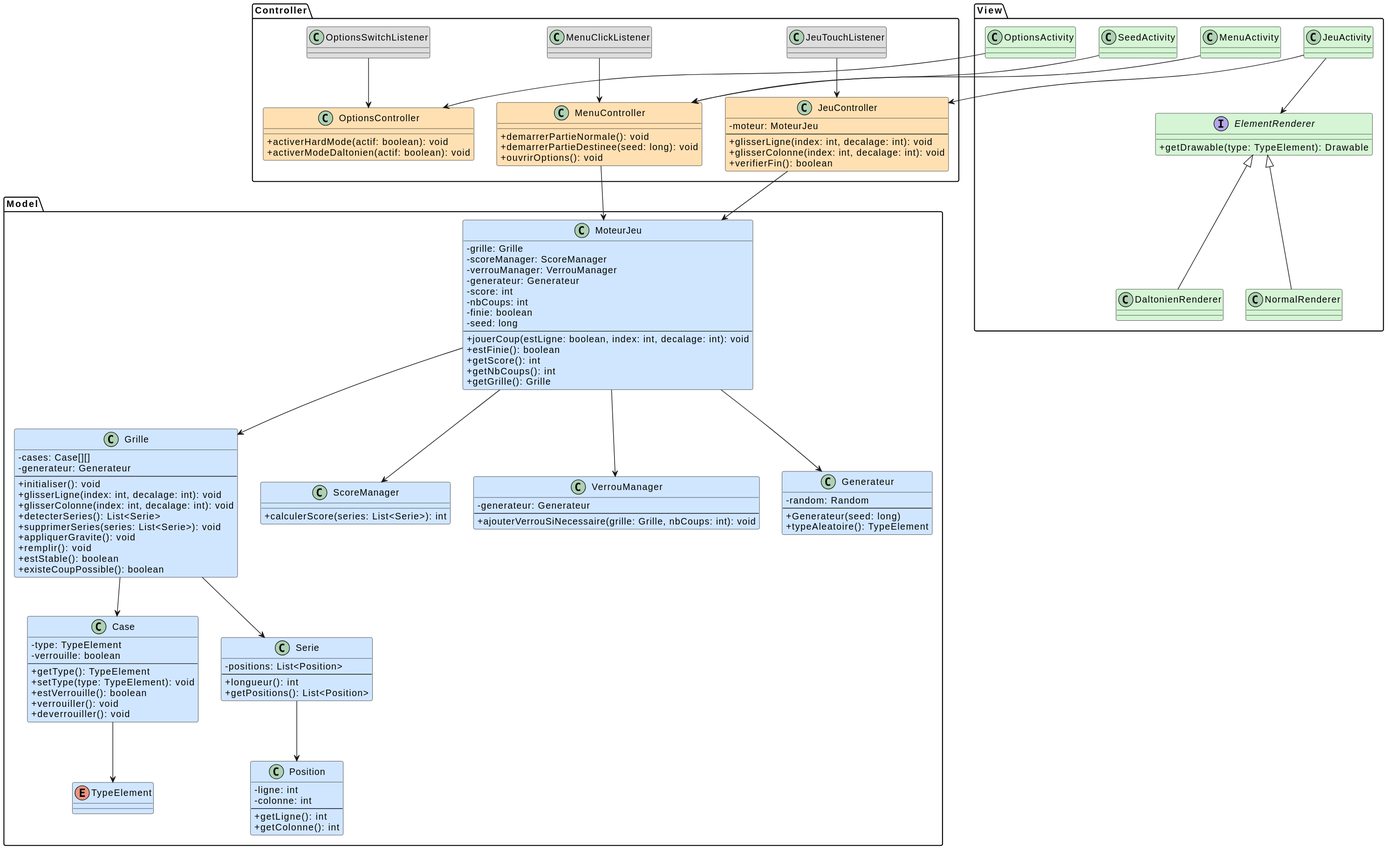
Before: organisation/diagrame/Diagrame_Generale_Provisoir.svg, a diagram exported from PlantUML (anhdire/SAE41_2025). Its diagram source:
```plantuml
@startuml
skinparam classAttributeIconSize 0

!define MODEL_COLOR #D0E6FF
!define VIEW_COLOR #D5F5D5
!define CONTROLLER_COLOR #FFE0B3
!define LISTENER_COLOR #DDDDDD


package "Model" {

class MoteurJeu MODEL_COLOR {
  - grille: Grille
  - scoreManager: ScoreManager
  - verrouManager: VerrouManager
  - generateur: Generateur
  - score: int
  - nbCoups: int
  - finie: boolean
  - seed: long
  --
  + jouerCoup(estLigne: boolean, index: int, decalage: int): void
  + estFinie(): boolean
  + getScore(): int
  + getNbCoups(): int
  + getGrille(): Grille
}

class Grille MODEL_COLOR {
  - cases: Case[][]
  - generateur: Generateur
  --
  + initialiser(): void
  + glisserLigne(index: int, decalage: int): void
  + glisserColonne(index: int, decalage: int): void
  + detecterSeries(): List<Serie>
  + supprimerSeries(series: List<Serie>): void
  + appliquerGravite(): void
  + remplir(): void
  + estStable(): boolean
  + existeCoupPossible(): boolean
}

class Case MODEL_COLOR {
  - type: TypeElement
  - verrouille: boolean
  --
  + getType(): TypeElement
  + setType(type: TypeElement): void
  + estVerrouille(): boolean
  + verrouiller(): void
  + deverrouiller(): void
}

class Serie MODEL_COLOR {
  - positions: List<Position>
  --
  + longueur(): int
  + getPositions(): List<Position>
}

class Position MODEL_COLOR {
  - ligne: int
  - colonne: int
  --
  + getLigne(): int
  + getColonne(): int
}

class ScoreManager MODEL_COLOR {
  + calculerScore(series: List<Serie>): int
}

class VerrouManager MODEL_COLOR {
  - generateur: Generateur
  --
  + ajouterVerrouSiNecessaire(grille: Grille, nbCoups: int): void
}

class Generateur MODEL_COLOR {
  - random: Random
  --
  + Generateur(seed: long)
  + typeAleatoire(): TypeElement
}

enum TypeElement MODEL_COLOR

}


package "View" {

class MenuActivity VIEW_COLOR
class JeuActivity VIEW_COLOR
class OptionsActivity VIEW_COLOR
class SeedActivity VIEW_COLOR

interface ElementRenderer VIEW_COLOR {
  + getDrawable(type: TypeElement): Drawable
}

class NormalRenderer VIEW_COLOR
class DaltonienRenderer VIEW_COLOR

}


package "Controller" {

class MenuController CONTROLLER_COLOR {
  + demarrerPartieNormale(): void
  + demarrerPartieDestinee(seed: long): void
  + ouvrirOptions(): void
}

class JeuController CONTROLLER_COLOR {
  - moteur: MoteurJeu
  --
  + glisserLigne(index: int, decalage: int): void
  + glisserColonne(index: int, decalage: int): void
  + verifierFin(): boolean
}

class OptionsController CONTROLLER_COLOR {
  + activerHardMode(actif: boolean): void
  + activerModeDaltonien(actif: boolean): void
}

class MenuClickListener LISTENER_COLOR
class JeuTouchListener LISTENER_COLOR
class OptionsSwitchListener LISTENER_COLOR

}


MoteurJeu --> Grille
MoteurJeu --> ScoreManager
MoteurJeu --> VerrouManager
MoteurJeu --> Generateur

Grille --> Case
Grille --> Serie
Serie --> Position
Case --> TypeElement

JeuController --> MoteurJeu
MenuController --> MoteurJeu

JeuActivity --> JeuController
MenuActivity --> MenuController
OptionsActivity --> OptionsController
SeedActivity --> MenuController

JeuActivity --> ElementRenderer
ElementRenderer <|-- NormalRenderer
ElementRenderer <|-- DaltonienRenderer

MenuClickListener --> MenuController
JeuTouchListener --> JeuController
OptionsSwitchListener --> OptionsController
@enduml
```
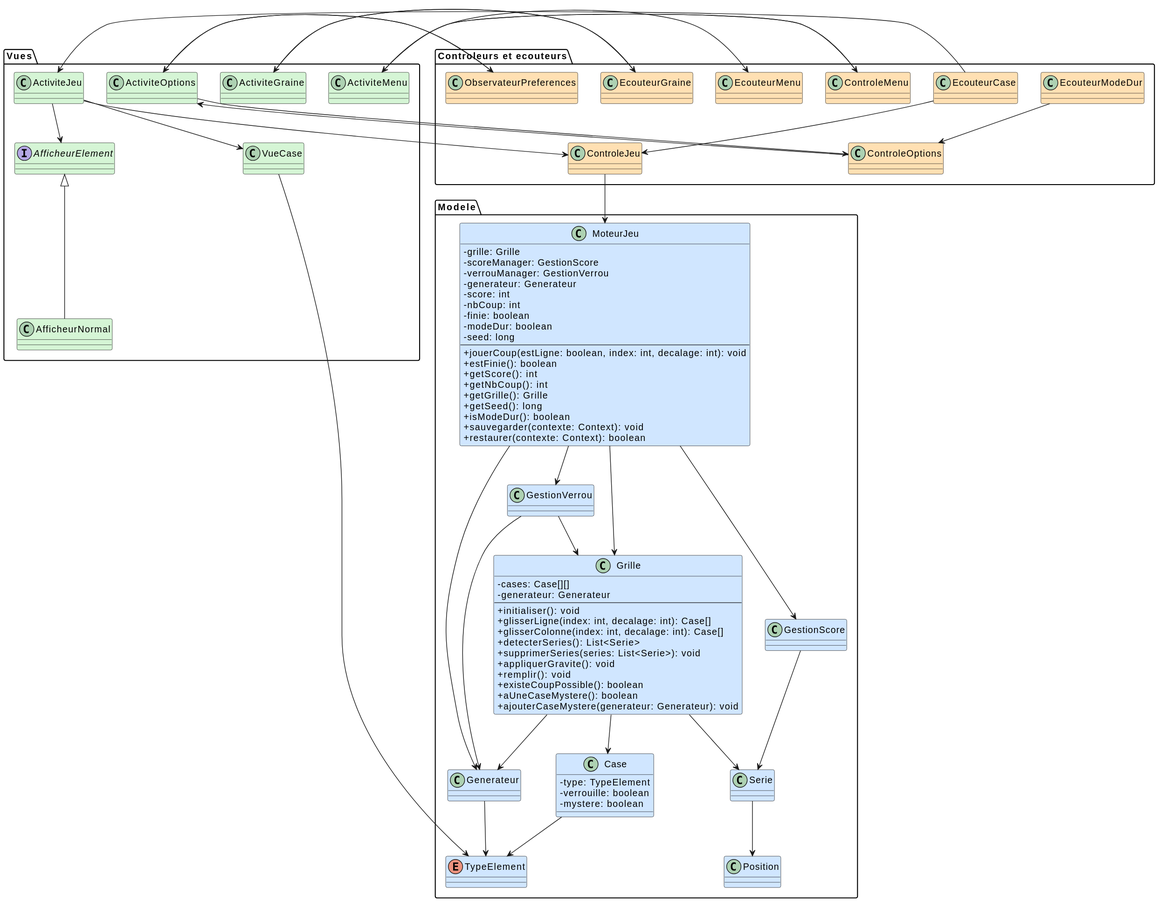
Later version of the same file.

The edit, as a diff of the source:
```diff
@@ -4,26 +4,29 @@
 !define MODEL_COLOR #D0E6FF
 !define VIEW_COLOR #D5F5D5
 !define CONTROLLER_COLOR #FFE0B3
-!define LISTENER_COLOR #DDDDDD
 
-
-package "Model" {
+package "Modele" {
 
 class MoteurJeu MODEL_COLOR {
   - grille: Grille
-  - scoreManager: ScoreManager
-  - verrouManager: VerrouManager
+  - scoreManager: GestionScore
+  - verrouManager: GestionVerrou
   - generateur: Generateur
   - score: int
-  - nbCoups: int
+  - nbCoup: int
   - finie: boolean
+  - modeDur: boolean
   - seed: long
   --
   + jouerCoup(estLigne: boolean, index: int, decalage: int): void
   + estFinie(): boolean
   + getScore(): int
-  + getNbCoups(): int
+  + getNbCoup(): int
   + getGrille(): Grille
+  + getSeed(): long
+  + isModeDur(): boolean
+  + sauvegarder(contexte: Context): void
+  + restaurer(contexte: Context): boolean
 }
 
 class Grille MODEL_COLOR {
@@ -31,132 +34,92 @@
   - generateur: Generateur
   --
   + initialiser(): void
-  + glisserLigne(index: int, decalage: int): void
-  + glisserColonne(index: int, decalage: int): void
+  + glisserLigne(index: int, decalage: int): Case[]
+  + glisserColonne(index: int, decalage: int): Case[]
   + detecterSeries(): List<Serie>
   + supprimerSeries(series: List<Serie>): void
   + appliquerGravite(): void
   + remplir(): void
-  + estStable(): boolean
   + existeCoupPossible(): boolean
+  + aUneCaseMystere(): boolean
+  + ajouterCaseMystere(generateur: Generateur): void
 }
 
 class Case MODEL_COLOR {
   - type: TypeElement
   - verrouille: boolean
-  --
-  + getType(): TypeElement
-  + setType(type: TypeElement): void
-  + estVerrouille(): boolean
-  + verrouiller(): void
-  + deverrouiller(): void
+  - mystere: boolean
 }
 
-class Serie MODEL_COLOR {
-  - positions: List<Position>
-  --
-  + longueur(): int
-  + getPositions(): List<Position>
-}
-
-class Position MODEL_COLOR {
-  - ligne: int
-  - colonne: int
-  --
-  + getLigne(): int
-  + getColonne(): int
-}
-
-class ScoreManager MODEL_COLOR {
-  + calculerScore(series: List<Serie>): int
-}
-
-class VerrouManager MODEL_COLOR {
-  - generateur: Generateur
-  --
-  + ajouterVerrouSiNecessaire(grille: Grille, nbCoups: int): void
-}
-
-class Generateur MODEL_COLOR {
-  - random: Random
-  --
-  + Generateur(seed: long)
-  + typeAleatoire(): TypeElement
-}
-
+class Serie MODEL_COLOR
+class Position MODEL_COLOR
+class GestionScore MODEL_COLOR
+class GestionVerrou MODEL_COLOR
+class Generateur MODEL_COLOR
 enum TypeElement MODEL_COLOR
 
 }
 
+package "Vues" {
 
-package "View" {
-
-class MenuActivity VIEW_COLOR
-class JeuActivity VIEW_COLOR
-class OptionsActivity VIEW_COLOR
-class SeedActivity VIEW_COLOR
-
-interface ElementRenderer VIEW_COLOR {
-  + getDrawable(type: TypeElement): Drawable
-}
-
-class NormalRenderer VIEW_COLOR
-class DaltonienRenderer VIEW_COLOR
+class ActiviteMenu VIEW_COLOR
+class ActiviteGraine VIEW_COLOR
+class ActiviteJeu VIEW_COLOR
+class ActiviteOptions VIEW_COLOR
+class VueCase VIEW_COLOR
+interface AfficheurElement VIEW_COLOR
+class AfficheurNormal VIEW_COLOR
 
 }
 
+package "Controleurs et ecouteurs" {
 
-package "Controller" {
-
-class MenuController CONTROLLER_COLOR {
-  + demarrerPartieNormale(): void
-  + demarrerPartieDestinee(seed: long): void
-  + ouvrirOptions(): void
-}
-
-class JeuController CONTROLLER_COLOR {
-  - moteur: MoteurJeu
-  --
-  + glisserLigne(index: int, decalage: int): void
-  + glisserColonne(index: int, decalage: int): void
-  + verifierFin(): boolean
-}
-
-class OptionsController CONTROLLER_COLOR {
-  + activerHardMode(actif: boolean): void
-  + activerModeDaltonien(actif: boolean): void
-}
-
-class MenuClickListener LISTENER_COLOR
-class JeuTouchListener LISTENER_COLOR
-class OptionsSwitchListener LISTENER_COLOR
+class ControleMenu CONTROLLER_COLOR
+class ControleJeu CONTROLLER_COLOR
+class ControleOptions CONTROLLER_COLOR
+class EcouteurMenu CONTROLLER_COLOR
+class EcouteurGraine CONTROLLER_COLOR
+class EcouteurCase CONTROLLER_COLOR
+class EcouteurModeDur CONTROLLER_COLOR
+class ObservateurPreferences CONTROLLER_COLOR
 
 }
 
-
 MoteurJeu --> Grille
-MoteurJeu --> ScoreManager
-MoteurJeu --> VerrouManager
+MoteurJeu --> GestionScore
+MoteurJeu --> GestionVerrou
 MoteurJeu --> Generateur
 
 Grille --> Case
 Grille --> Serie
+Grille --> Generateur
 Serie --> Position
 Case --> TypeElement
+GestionVerrou --> Grille
+GestionVerrou --> Generateur
+GestionScore --> Serie
+Generateur --> TypeElement
 
-JeuController --> MoteurJeu
-MenuController --> MoteurJeu
+ActiviteMenu --> ControleMenu
+ActiviteMenu --> EcouteurMenu
 
-JeuActivity --> JeuController
-MenuActivity --> MenuController
-OptionsActivity --> OptionsController
-SeedActivity --> MenuController
+ActiviteGraine --> EcouteurGraine
+EcouteurGraine --> ActiviteGraine
 
-JeuActivity --> ElementRenderer
-ElementRenderer <|-- NormalRenderer
-ElementRenderer <|-- DaltonienRenderer
+ActiviteJeu --> ControleJeu
+ActiviteJeu --> VueCase
+ActiviteJeu --> AfficheurElement
+AfficheurElement <|-- AfficheurNormal
+EcouteurCase --> ControleJeu
+EcouteurCase --> ActiviteJeu
+VueCase --> TypeElement
 
-MenuClickListener --> MenuController
-JeuTouchListener --> JeuController
-OptionsSwitchListener --> OptionsController
+ActiviteOptions --> ControleOptions
+ActiviteOptions --> ObservateurPreferences
+EcouteurModeDur --> ControleOptions
+ObservateurPreferences --> ActiviteOptions
+
+ControleJeu --> MoteurJeu
+ControleOptions --> ActiviteOptions
+ControleMenu --> ActiviteMenu
 @enduml
```
